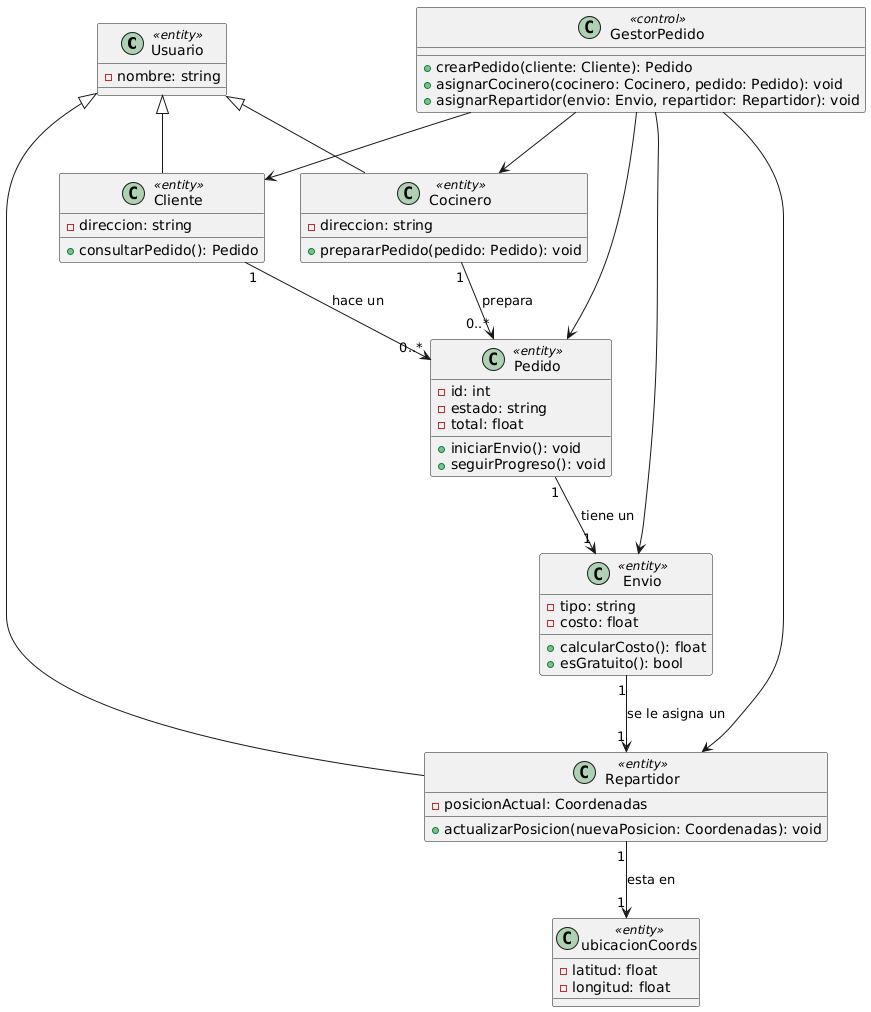
Above: documents/Diagrama Clases/Diagramas/bloq3_diagrama_clase.png in dabien3/ES25UAB-511-05 (PlantUML), before the change.
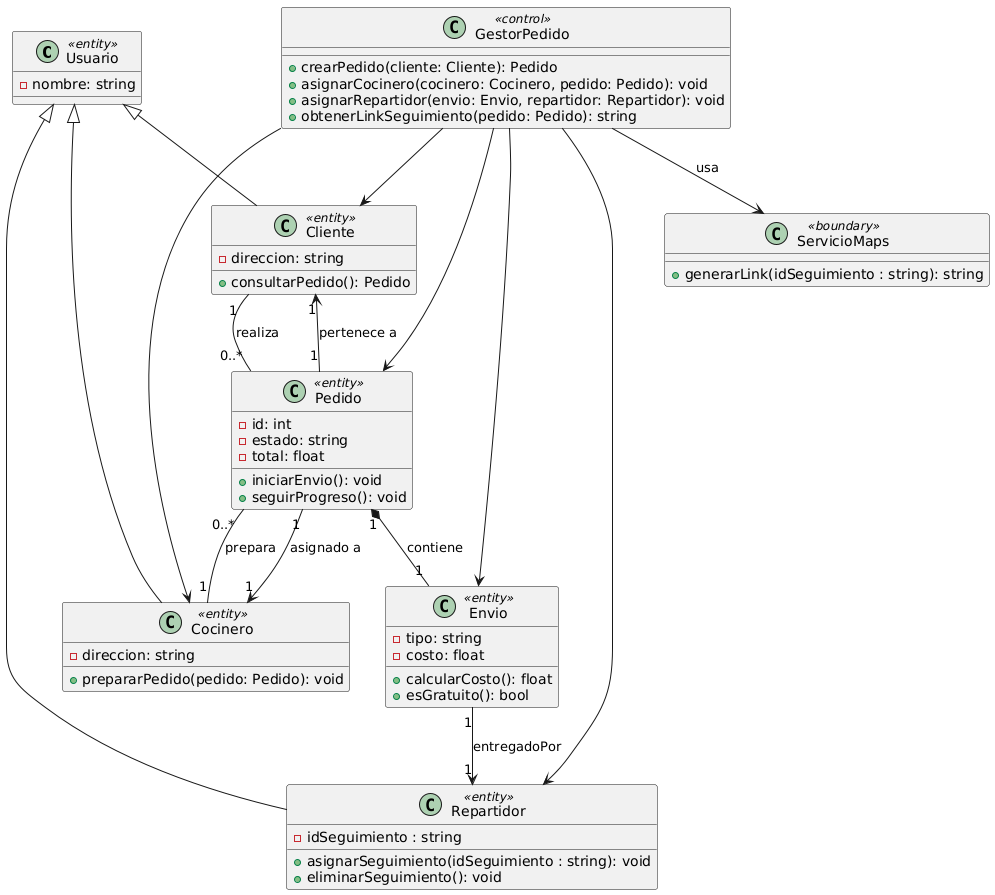
The same diagram one commit later.

Commit message:
Act. diagrama bloq3

Change to the diagram source:
```diff
@@ -14,8 +14,10 @@
 }
 
 class Repartidor <<entity>> {
-    -posicionActual: Coordenadas
-    +actualizarPosicion(nuevaPosicion: Coordenadas): void
+    -idSeguimiento : string
+    +asignarSeguimiento(idSeguimiento : string): void
+    +eliminarSeguimiento(): void
+
 }
 
 Usuario <|-- Cliente
@@ -37,28 +39,28 @@
     +esGratuito(): bool
 }
 
-class ubicacionCoords <<entity>> {
-    -latitud: float
-    -longitud: float
-}
-
-
 class GestorPedido <<control>> {
     +crearPedido(cliente: Cliente): Pedido
     +asignarCocinero(cocinero: Cocinero, pedido: Pedido): void
     +asignarRepartidor(envio: Envio, repartidor: Repartidor): void
+    +obtenerLinkSeguimiento(pedido: Pedido): string
+}
+
+class ServicioMaps <<boundary>> {
+    +generarLink(idSeguimiento : string): string
 }
 
 
-Cliente "1" --> "0..*" Pedido : hace un
-Cocinero "1" --> "0..*" Pedido : prepara
-Pedido "1" --> "1" Envio : tiene un
-Envio "1" --> "1" Repartidor : se le asigna un
-Repartidor "1" --> "1" ubicacionCoords : esta en
-
+Cliente "1" -- "0..*" Pedido : realiza
+Pedido "1" --> "1" Cliente : pertenece a
+Cocinero "1" -- "0..*" Pedido : prepara
+Pedido "1" --> "1" Cocinero : asignado a
+Pedido "1" *-- "1" Envio : contiene
+Envio "1" --> "1" Repartidor : entregadoPor
 GestorPedido --> Pedido
 GestorPedido --> Cliente
 GestorPedido --> Cocinero
 GestorPedido --> Envio
 GestorPedido --> Repartidor
+GestorPedido --> ServicioMaps : usa
 @enduml
```
